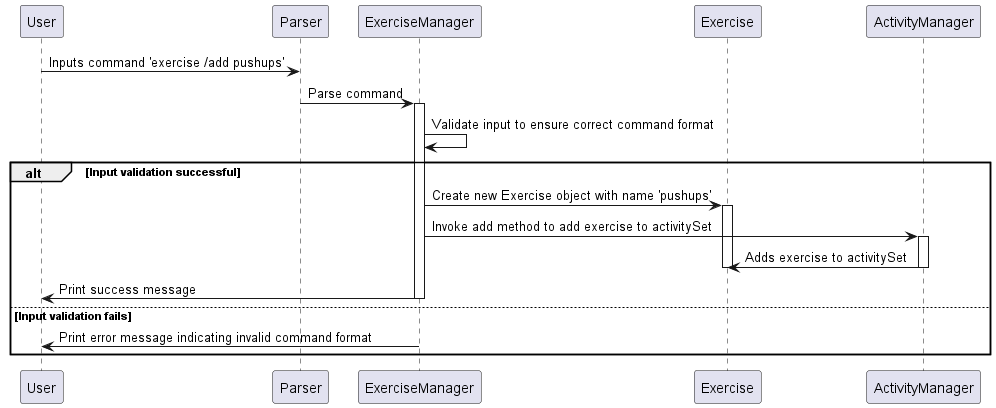
The PlantUML diagram docs/diagrams/addExercise.png in joshualeejunyi/tp, before a commit.
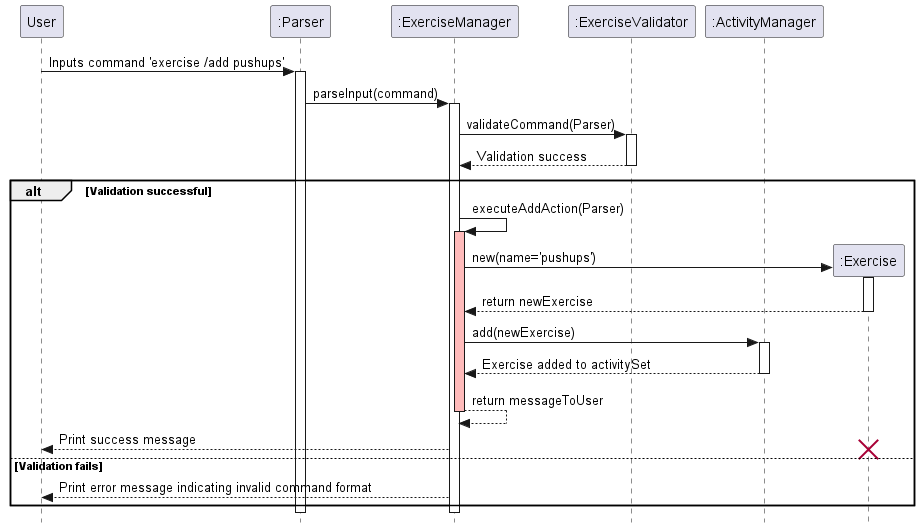
After the commit.

What changed in the source:
```diff
@@ -1,27 +1,51 @@
 @startuml SequenceDiagram
 
+skinparam classAttributeIconSize 0
+skinparam style strictuml
 participant User
-participant Parser
-participant ExerciseManager
-participant Exercise
-participant ActivityManager
+participant ":Parser" as Parser
+participant ":ExerciseManager" as ExerciseManager
+participant ":ExerciseValidator" as Validator
+participant ":ActivityManager" as ActivityManager
 
-User -> Parser: Inputs command 'exercise /add pushups'
-Parser -> ExerciseManager: Parse command
+User -> Parser : Inputs command 'exercise /add pushups'
+activate Parser
+Parser -> ExerciseManager : parseInput(command)
 activate ExerciseManager
-ExerciseManager -> ExerciseManager: Validate input to ensure correct command format
-alt Input validation successful
-    ExerciseManager -> Exercise: Create new Exercise object with name 'pushups'
+
+ExerciseManager -> Validator : validateCommand(Parser)
+activate Validator
+Validator --> ExerciseManager : Validation success
+deactivate Validator
+
+alt Validation successful
+
+    ExerciseManager -> ExerciseManager : executeAddAction(Parser)
+    activate ExerciseManager #FFBBBB
+
+    create ":Exercise" as Exercise
+    ExerciseManager -> Exercise : new(name='pushups')
     activate Exercise
-    ExerciseManager -> ActivityManager: Invoke add method to add exercise to activitySet
+    Exercise --> ExerciseManager : return newExercise
+    deactivate Exercise
+
+    ExerciseManager -> ActivityManager : add(newExercise)
     activate ActivityManager
-    ActivityManager -> Exercise: Adds exercise to activitySet
+    ActivityManager --> ExerciseManager : Exercise added to activitySet
     deactivate ActivityManager
-    deactivate Exercise
-    ExerciseManager -> User: Print success message
-    deactivate ExerciseManager
-else Input validation fails
-    ExerciseManager -> User: Print error message indicating invalid command format
+
+    ExerciseManager --> ExerciseManager : return messageToUser
+    deactivate ExerciseManager #FFBBBB
+    ExerciseManager --> User : Print success message
+    destroy Exercise
+
+else Validation fails
+    ExerciseManager --> User : Print error message indicating invalid command format
 end
 
+deactivate ExerciseManager
+deactivate Parser
+
+
+
 @enduml
```
